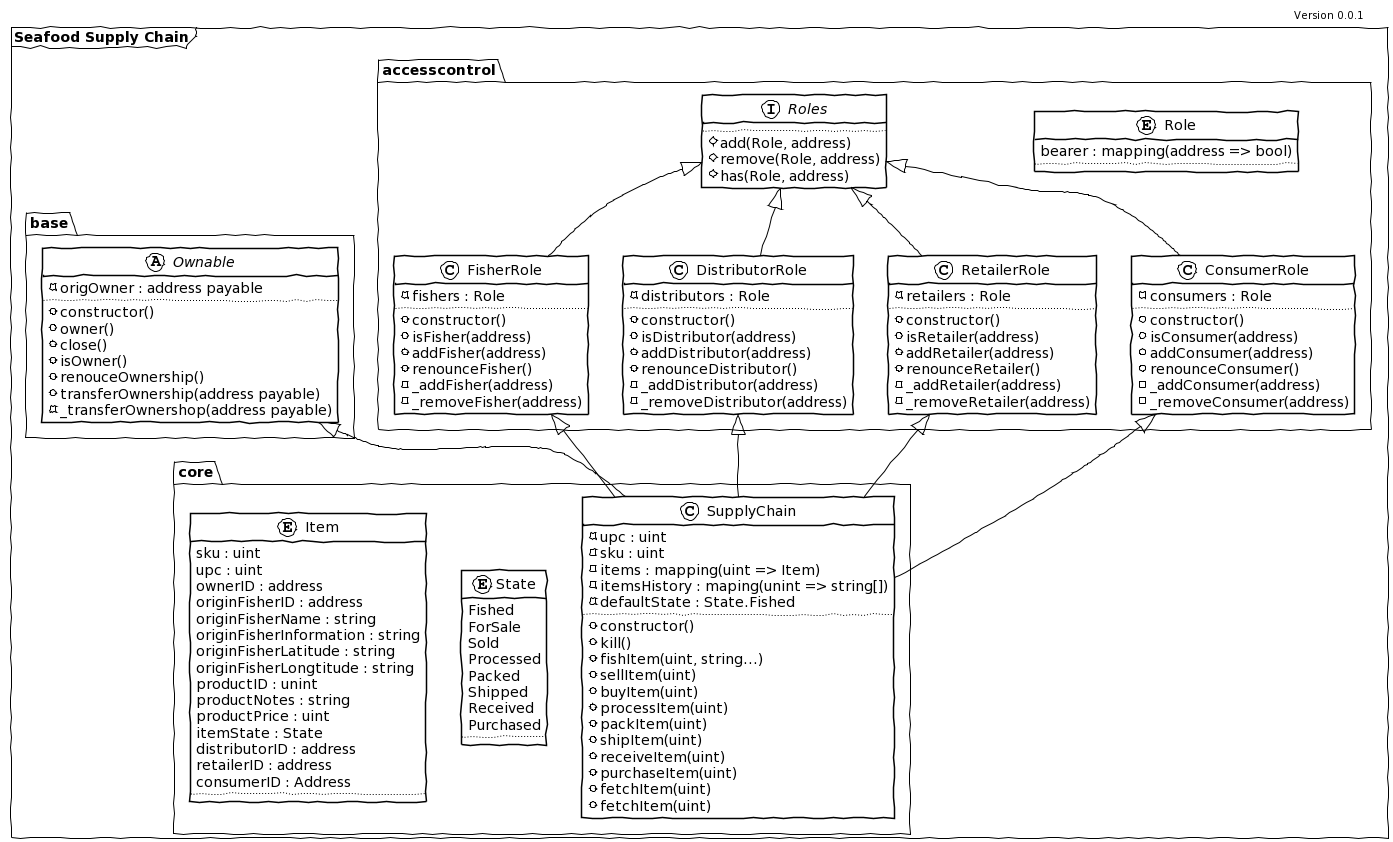
Above: diagrams/class.png in roaldnefs/supply-chain (PlantUML), before the change. Source of this version:
```plantuml
@startuml

header Version 0.0.1

!theme plain
skinparam handwritten true

mainframe **Seafood Supply Chain**
package base {
  abstract class Ownable {
   -origOwner : address payable
   ..
   +constructor()
   +owner()
   +close()
   +isOwner()
   +renouceOwnership()
   +transferOwnership(address payable)
   -_transferOwnershop(address payable)
  }
}

package core {
  class SupplyChain {
    -upc : uint
    -sku : uint
    -items : mapping(uint => Item)
    -itemsHistory : maping(unint => string[])
    -defaultState : State.Fished
    ..
    +constructor()
    +kill()
    +fishItem(uint, string...)
    +sellItem(uint)
    +buyItem(uint)
    +processItem(uint)
    +packItem(uint)
    +shipItem(uint)
    +receiveItem(uint)
    +purchaseItem(uint)
    +fetchItem(uint)
    +fetchItem(uint)
  }

  enum State {
    Fished
    ForSale
    Sold
    Processed
    Packed
    Shipped
    Received
    Purchased
    ..
  }

  entity Item {
    sku : uint
    upc : uint
    ownerID : address
    originFisherID : address
    originFisherName : string
    originFisherInformation : string
    originFisherLatitude : string
    originFisherLongtitude : string
    productID : unint
    productNotes : string
    productPrice : uint
    itemState : State
    distributorID : address
    retailerID : address
    consumerID : Address
    ..
  }
}

package accesscontrol {

  entity Role {
    bearer : mapping(address => bool)
    ..
  }

  interface Roles {
    ..
    #add(Role, address)
    #remove(Role, address)
    #has(Role, address)
  }

  class FisherRole {
    -fishers : Role
    ..
    +constructor()
    +isFisher(address)
    +addFisher(address)
    +renounceFisher()
    -_addFisher(address)
    -_removeFisher(address)
  }


  class DistributorRole {
    -distributors : Role
    ..
    +constructor()
    +isDistributor(address)
    +addDistributor(address)
    +renounceDistributor()
    -_addDistributor(address)
    -_removeDistributor(address)
  }

  class RetailerRole {
    -retailers : Role
    ..
    +constructor()
    +isRetailer(address)
    +addRetailer(address)
    +renounceRetailer()
    -_addRetailer(address)
    -_removeRetailer(address)
  }

  class ConsumerRole {
    -consumers : Role
    ..
    +constructor()
    +isConsumer(address)
    +addConsumer(address)
    +renounceConsumer()
    -_addConsumer(address)
    -_removeConsumer(address)
  }
}

Roles <|-- FisherRole
Roles <|-- ConsumerRole
Roles <|-- RetailerRole
Roles <|-- DistributorRole


Ownable <|-- SupplyChain
FisherRole <|-- SupplyChain
DistributorRole <|-- SupplyChain
RetailerRole <|-- SupplyChain
ConsumerRole <|-- SupplyChain
@enduml
```
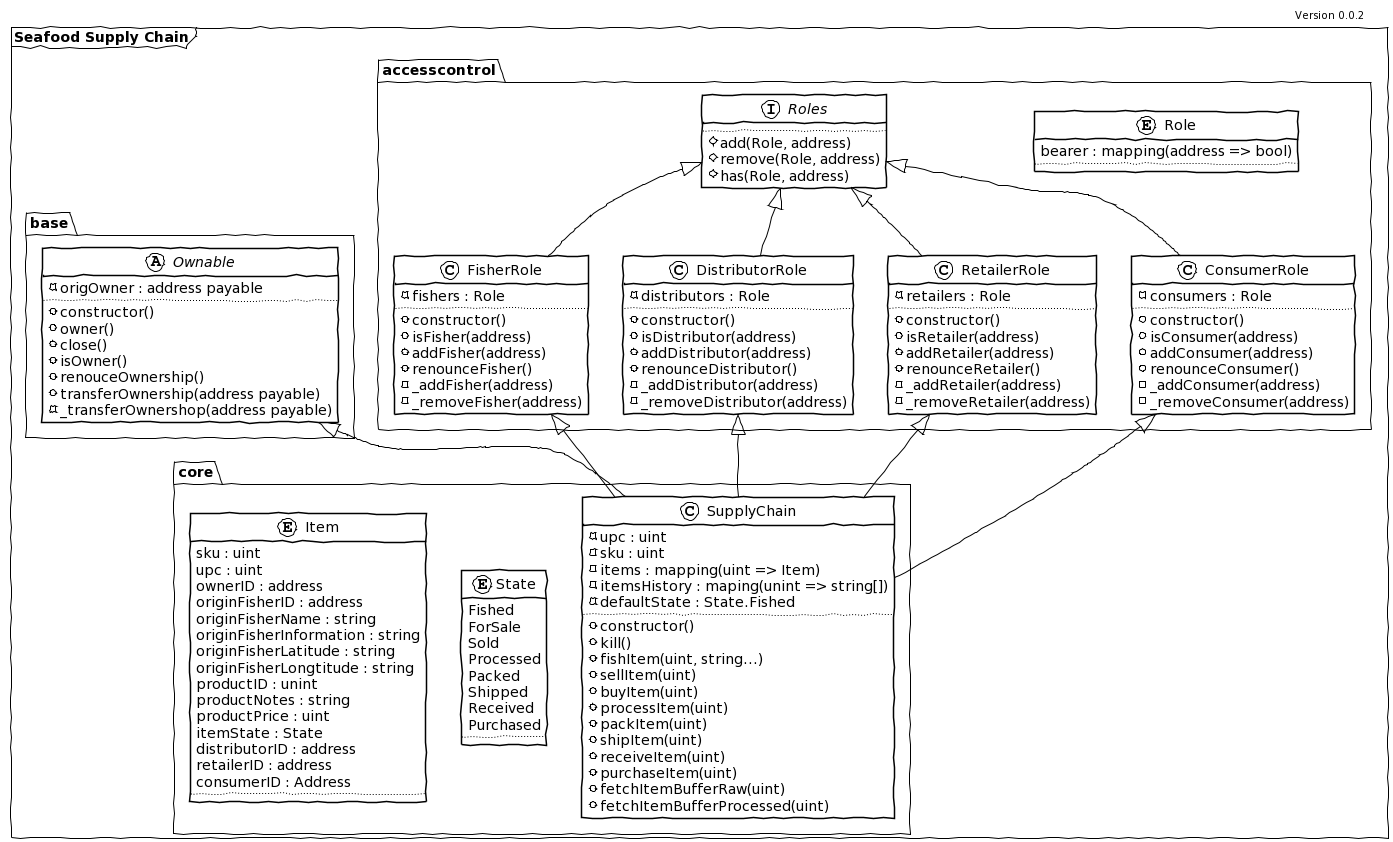
Later version of the same file.

Commit message:
fix: fetchI item methods in diagrams

What changed in the source:
```diff
@@ -1,6 +1,6 @@
 @startuml
 
-header Version 0.0.1
+header Version 0.0.2
 
 !theme plain
 skinparam handwritten true
@@ -38,8 +38,8 @@
     +shipItem(uint)
     +receiveItem(uint)
     +purchaseItem(uint)
-    +fetchItem(uint)
-    +fetchItem(uint)
+    +fetchItemBufferRaw(uint)
+    +fetchItemBufferProcessed(uint)
   }
 
   enum State {
```
